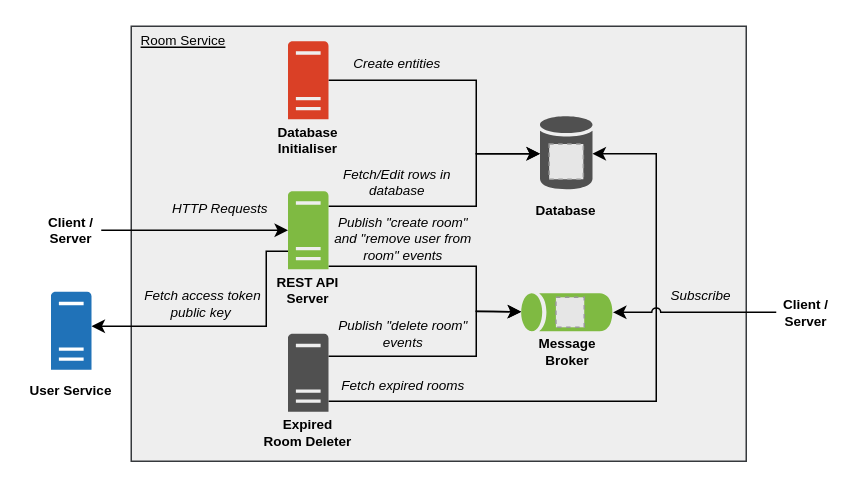
CS3219-AY2324S1-G04/peerprep_room_service keeps this draw.io diagram as images/architecture.drawio. Above is the earlier version. Source tidied: cells renumbered, new cells numbered last; positions are measured from the earlier drawing's top-left corner, leaving out a move shared by most shapes. Both pictures are drawn from the tidied source at 150%, with x=0, y=0 at pixel (26, 26). Pictures stored in the file or linked from it are replaced by grey dashed boxes.
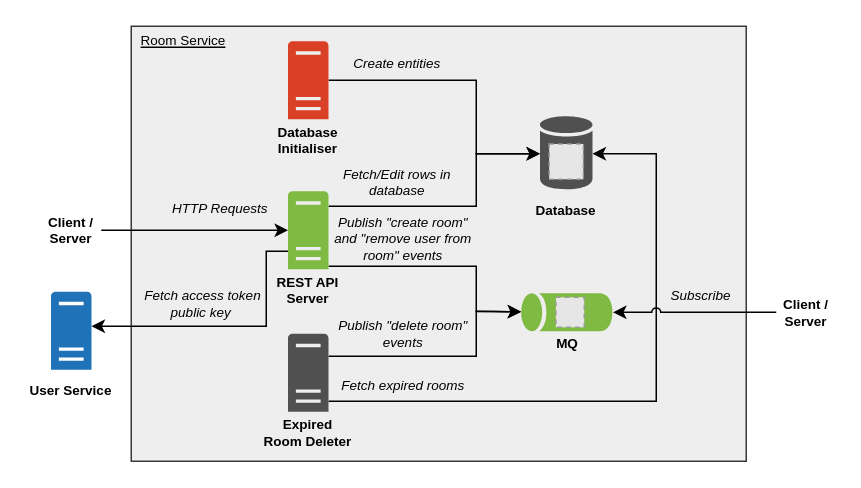
Above is the later version.

Commit message (it also covers changes not shown here):
Rename "message broker" to "mq" for consistency

Diff of the diagram source:
```diff
@@
-    <mxCell id="29" value="Message Broker" style="text;html=1;strokeColor=none;fillColor=none;align=center;verticalAlign=middle;whiteSpace=wrap;rounded=0;fontSize=9;spacing=2;horizontal=1;fontStyle=1;" parent="1" vertex="1">
-      <mxGeometry x="331.2" y="203.3" width="60" height="28" as="geometry" />
+    <mxCell id="29" value="MQ" style="text;html=1;strokeColor=none;fillColor=none;align=center;verticalAlign=middle;whiteSpace=wrap;rounded=0;fontSize=9;spacing=2;horizontal=1;fontStyle=1;" parent="1" vertex="1">
+      <mxGeometry x="331.2" y="203.3" width="60" height="16.7" as="geometry" />
     </mxCell>
```
